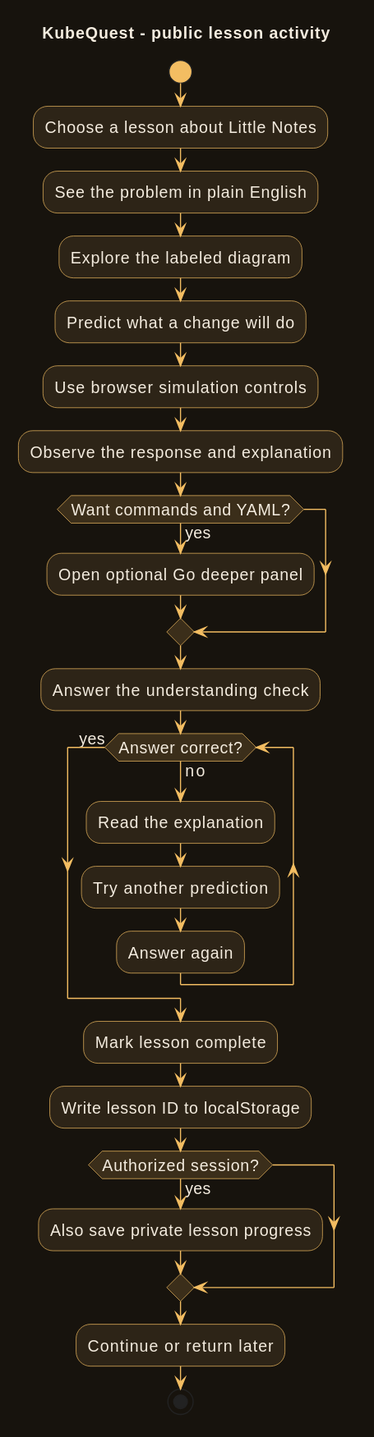
Above: diagrams/activity.svg in ramideltoro/kubequest-wiki (PlantUML), before the change. Its source is kept beside it as diagrams/activity.puml. The source it was exported from:
```plantuml
@startuml
!pragma layout smetana
skinparam backgroundColor #17130D
skinparam defaultFontName SansSerif
skinparam defaultFontSize 14
skinparam defaultFontColor #F4ECDF
skinparam shadowing false
skinparam ArrowColor #F3BD62
skinparam LineColor #F3BD62
skinparam BorderColor #F3BD62
skinparam defaultBackgroundColor #2D2417
skinparam classBackgroundColor #2D2417
skinparam classBorderColor #F3BD62
skinparam classFontColor #F4ECDF
skinparam componentBackgroundColor #2D2417
skinparam componentBorderColor #F3BD62
skinparam componentFontColor #F4ECDF
skinparam nodeBackgroundColor #2D2417
skinparam nodeBorderColor #F3BD62
skinparam nodeFontColor #F4ECDF
skinparam packageBackgroundColor #2D2417
skinparam packageBorderColor #F3BD62
skinparam packageFontColor #F4ECDF
skinparam rectangleBackgroundColor #2D2417
skinparam rectangleBorderColor #F3BD62
skinparam rectangleFontColor #F4ECDF
skinparam databaseBackgroundColor #2D2417
skinparam databaseBorderColor #F3BD62
skinparam databaseFontColor #F4ECDF
skinparam cloudBackgroundColor #2D2417
skinparam cloudBorderColor #F3BD62
skinparam cloudFontColor #F4ECDF
skinparam artifactBackgroundColor #2D2417
skinparam artifactBorderColor #F3BD62
skinparam artifactFontColor #F4ECDF
skinparam objectBackgroundColor #2D2417
skinparam objectBorderColor #F3BD62
skinparam objectFontColor #F4ECDF
skinparam stateBackgroundColor #2D2417
skinparam stateBorderColor #F3BD62
skinparam stateFontColor #F4ECDF
skinparam activityBackgroundColor #2D2417
skinparam activityBorderColor #F3BD62
skinparam activityFontColor #F4ECDF
skinparam actorBackgroundColor #2D2417
skinparam actorBorderColor #F3BD62
skinparam actorFontColor #F4ECDF
skinparam usecaseBackgroundColor #2D2417
skinparam usecaseBorderColor #F3BD62
skinparam usecaseFontColor #F4ECDF
skinparam interfaceBackgroundColor #2D2417
skinparam interfaceBorderColor #F3BD62
skinparam interfaceFontColor #F4ECDF
skinparam participantBackgroundColor #2D2417
skinparam participantBorderColor #F3BD62
skinparam participantFontColor #F4ECDF
skinparam classAttributeIconSize 0
skinparam NoteBackgroundColor #3B2E1A
skinparam NoteBorderColor #BB9658
skinparam NoteFontColor #F4ECDF
skinparam sequenceLifeLineBorderColor #BB9658
skinparam sequenceLifeLineBackgroundColor #221C13
skinparam sequenceGroupBackgroundColor #221C13
skinparam sequenceGroupHeaderFontColor #F4ECDF
skinparam sequenceGroupBodyBackgroundColor #221C13
skinparam sequenceDividerBackgroundColor #2D2417
skinparam sequenceDividerFontColor #F4ECDF
skinparam activityDiamondBackgroundColor #3B2E1A
skinparam activityStartColor #F3BD62
skinparam activityEndColor #F3BD62
title KubeQuest - public lesson activity
start
:Choose a lesson about Little Notes;
:See the problem in plain English;
:Explore the labeled diagram;
:Predict what a change will do;
:Use browser simulation controls;
:Observe the response and explanation;
if (Want commands and YAML?) then (yes)
 :Open optional Go deeper panel;
endif
:Answer the understanding check;
while (Answer correct?) is (no)
 :Read the explanation;
 :Try another prediction;
 :Answer again;
endwhile (yes)
:Mark lesson complete;
:Write lesson ID to localStorage;
if (Authorized session?) then (yes)
 :Also save private lesson progress;
endif
:Continue or return later;
stop
@enduml
```
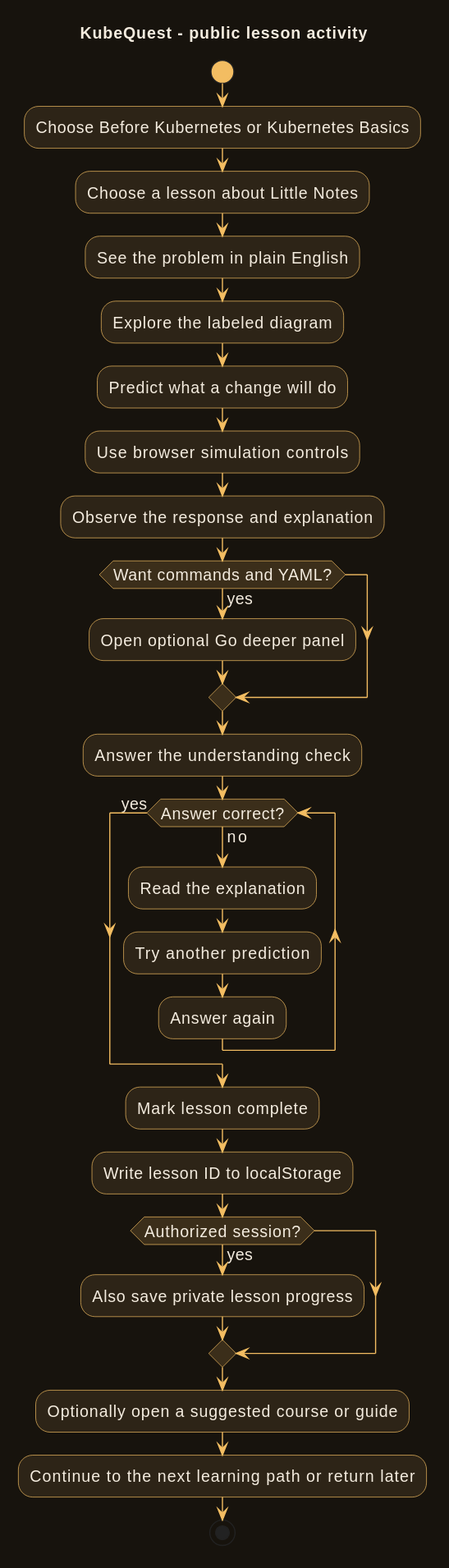
Later version of the same file.

Diff of the diagram source:
```diff
@@ -70,6 +70,7 @@
 skinparam activityEndColor #F3BD62
 title KubeQuest - public lesson activity
 start
+:Choose Before Kubernetes or Kubernetes Basics;
 :Choose a lesson about Little Notes;
 :See the problem in plain English;
 :Explore the labeled diagram;
@@ -90,6 +91,7 @@
 if (Authorized session?) then (yes)
  :Also save private lesson progress;
 endif
-:Continue or return later;
+:Optionally open a suggested course or guide;
+:Continue to the next learning path or return later;
 stop
 @enduml
```
